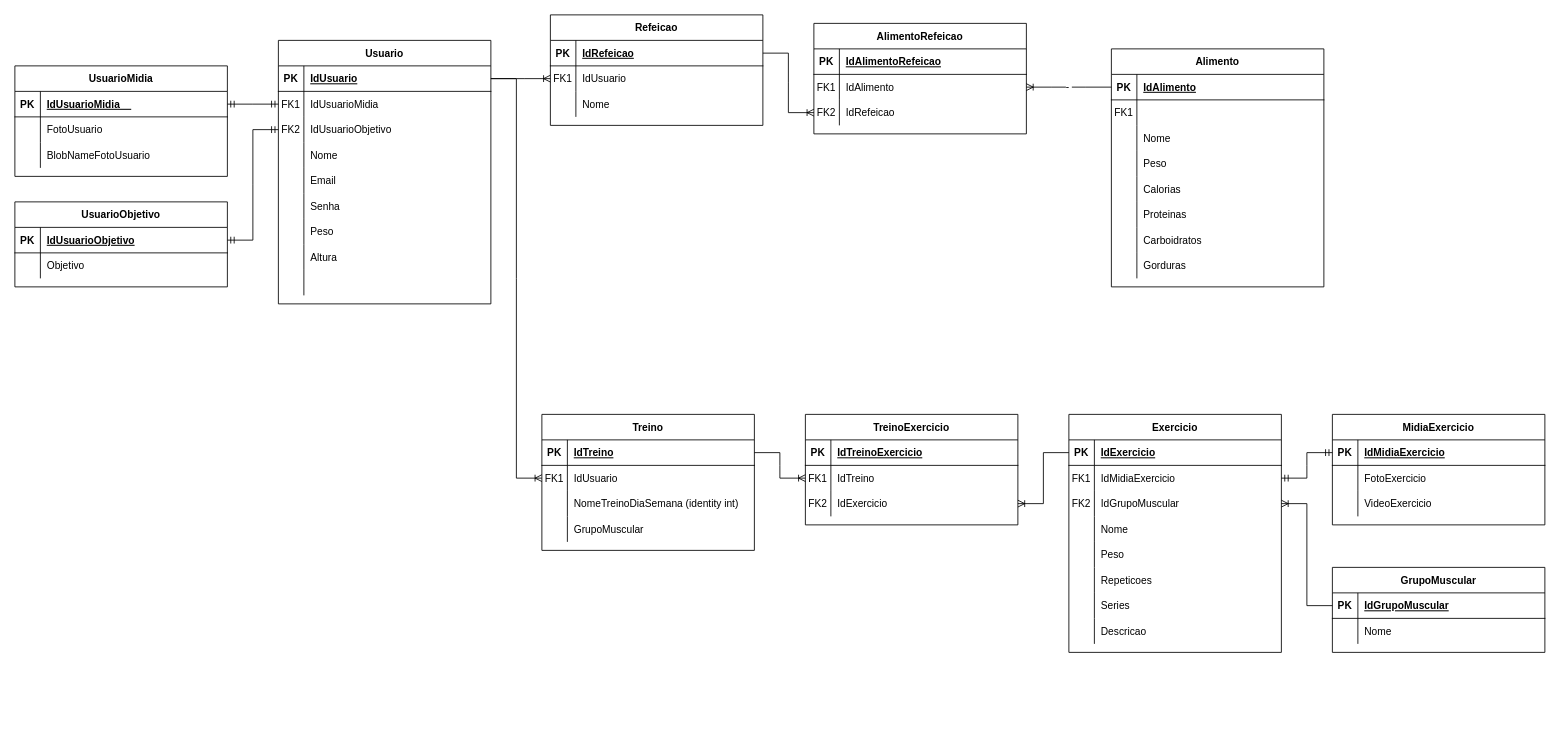
Earlier version of the draw.io diagram FitTrack.drawio (guuenzo/FitTrack). Source tidied: cells renumbered, new cells numbered last; positions are measured from the earlier drawing's top-left corner, leaving out a move shared by most shapes. Both pictures are drawn from the tidied source at 85%, with x=0, y=0 at pixel (14, 14).
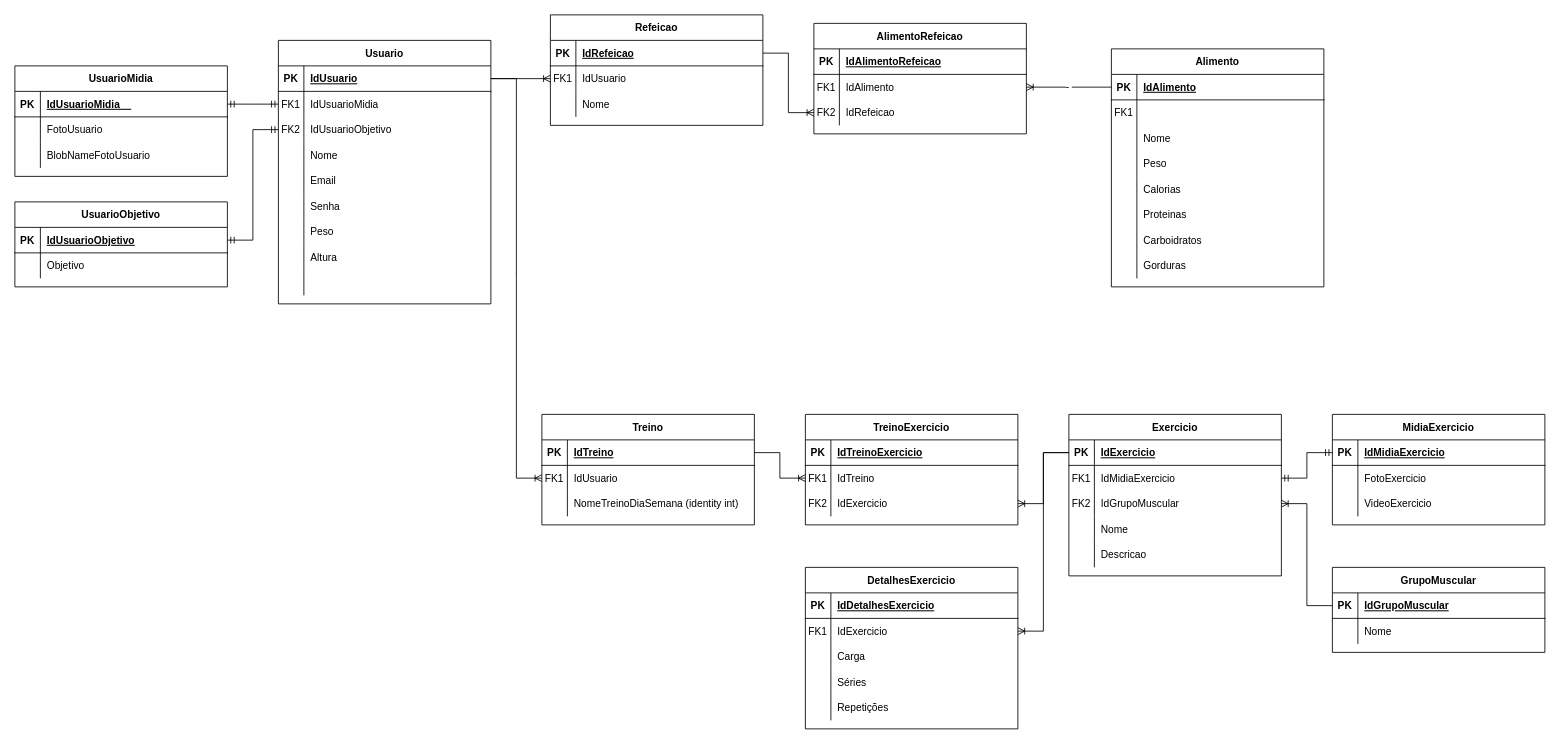
The same diagram, later.

Unchanged cells that the change refers to:
```xml
<mxCell id="61" style="shape=partialRectangle;fillColor=none;points=[[0,0.5],[1,0.5]];portConstraint=eastwest;top=0;left=0;right=0;bottom=1;" parent="60" vertex="1">
  <mxGeometry y="30" width="250" height="30" as="geometry" />
</mxCell>
<mxCell id="73" style="shape=partialRectangle;fillColor=none;top=0;left=0;right=0;bottom=0;" parent="60" vertex="1">
  <mxGeometry y="150" width="250" height="30" as="geometry" />
</mxCell>
```

Diff of the diagram source:
```diff
@@
     <mxCell id="30" value="Treino" style="shape=table;startSize=30;childLayout=tableLayout;rowLines=0;fontStyle=1;align=center;" parent="1" vertex="1">
-      <mxGeometry x="620" y="470" width="250" height="160" as="geometry" />
+      <mxGeometry x="620" y="470" width="250" height="130" as="geometry" />
     </mxCell>
@@
-    <mxCell id="40" style="shape=partialRectangle;fillColor=none;top=0;left=0;right=0;bottom=0;" parent="30" vertex="1">
-      <mxGeometry y="120" width="250" height="30" as="geometry" />
-    </mxCell>
-    <mxCell id="41" style="shape=partialRectangle;overflow=hidden;fillColor=none;top=0;left=0;bottom=0;right=0;" parent="40" vertex="1">
-      <mxGeometry width="30" height="30" as="geometry" />
-    </mxCell>
-    <mxCell id="42" value="GrupoMuscular" style="shape=partialRectangle;overflow=hidden;fillColor=none;top=0;left=0;bottom=0;right=0;align=left;spacingLeft=6;" parent="40" vertex="1">
-      <mxGeometry x="30" width="220" height="30" as="geometry" />
-    </mxCell>
@@
     <mxCell id="60" value="Exercicio" style="shape=table;startSize=30;childLayout=tableLayout;rowLines=0;fontStyle=1;align=center;" parent="1" vertex="1">
-      <mxGeometry x="1240" y="470" width="250" height="280" as="geometry" />
+      <mxGeometry x="1240" y="470" width="250" height="190" as="geometry" />
     </mxCell>
@@
-    <mxCell id="75" value="Peso" style="shape=partialRectangle;overflow=hidden;fillColor=none;top=0;left=0;bottom=0;right=0;align=left;spacingLeft=6;" parent="73" vertex="1">
+    <mxCell id="75" value="Descricao" style="shape=partialRectangle;overflow=hidden;fillColor=none;top=0;left=0;bottom=0;right=0;align=left;spacingLeft=6;" parent="73" vertex="1">
       <mxGeometry x="30" width="220" height="30" as="geometry" />
     </mxCell>
-    <mxCell id="76" style="shape=partialRectangle;fillColor=none;top=0;left=0;right=0;bottom=0;" parent="60" vertex="1">
-      <mxGeometry y="180" width="250" height="30" as="geometry" />
-    </mxCell>
-    <mxCell id="77" style="shape=partialRectangle;overflow=hidden;fillColor=none;top=0;left=0;bottom=0;right=0;" parent="76" vertex="1">
-      <mxGeometry width="30" height="30" as="geometry" />
-    </mxCell>
-    <mxCell id="78" value="Repeticoes" style="shape=partialRectangle;overflow=hidden;fillColor=none;top=0;left=0;bottom=0;right=0;align=left;spacingLeft=6;" parent="76" vertex="1">
-      <mxGeometry x="30" width="220" height="30" as="geometry" />
-    </mxCell>
-    <mxCell id="79" style="shape=partialRectangle;fillColor=none;top=0;left=0;right=0;bottom=0;" parent="60" vertex="1">
-      <mxGeometry y="210" width="250" height="30" as="geometry" />
-    </mxCell>
-    <mxCell id="80" style="shape=partialRectangle;overflow=hidden;fillColor=none;top=0;left=0;bottom=0;right=0;" parent="79" vertex="1">
-      <mxGeometry width="30" height="30" as="geometry" />
-    </mxCell>
-    <mxCell id="81" value="Series" style="shape=partialRectangle;overflow=hidden;fillColor=none;top=0;left=0;bottom=0;right=0;align=left;spacingLeft=6;" parent="79" vertex="1">
-      <mxGeometry x="30" width="220" height="30" as="geometry" />
-    </mxCell>
-    <mxCell id="82" style="shape=partialRectangle;fillColor=none;top=0;left=0;right=0;bottom=0;" parent="60" vertex="1">
-      <mxGeometry y="240" width="250" height="30" as="geometry" />
-    </mxCell>
-    <mxCell id="83" style="shape=partialRectangle;overflow=hidden;fillColor=none;top=0;left=0;bottom=0;right=0;" parent="82" vertex="1">
-      <mxGeometry width="30" height="30" as="geometry" />
-    </mxCell>
-    <mxCell id="84" value="Descricao" style="shape=partialRectangle;overflow=hidden;fillColor=none;top=0;left=0;bottom=0;right=0;align=left;spacingLeft=6;" parent="82" vertex="1">
-      <mxGeometry x="30" width="220" height="30" as="geometry" />
-    </mxCell>
@@
+    <mxCell id="167" value="DetalhesExercicio" style="shape=table;startSize=30;childLayout=tableLayout;rowLines=0;fontStyle=1;align=center;" parent="1" vertex="1">
+      <mxGeometry x="930" y="650" width="250" height="190" as="geometry" />
+    </mxCell>
+    <mxCell id="168" style="shape=partialRectangle;fillColor=none;top=0;left=0;right=0;bottom=1;" parent="167" vertex="1">
+      <mxGeometry y="30" width="250" height="30" as="geometry" />
+    </mxCell>
+    <mxCell id="169" value="PK" style="shape=partialRectangle;overflow=hidden;fillColor=none;top=0;left=0;bottom=0;right=0;fontStyle=1;" parent="168" vertex="1">
+      <mxGeometry width="30" height="30" as="geometry" />
+    </mxCell>
+    <mxCell id="170" value="IdDetalhesExercicio" style="shape=partialRectangle;overflow=hidden;fillColor=none;top=0;left=0;bottom=0;right=0;align=left;spacingLeft=6;fontStyle=5;" parent="168" vertex="1">
+      <mxGeometry x="30" width="220" height="30" as="geometry" />
+    </mxCell>
+    <mxCell id="171" style="shape=partialRectangle;fillColor=none;points=[[0,0.5],[1,0.5]];portConstraint=eastwest;top=0;left=0;right=0;bottom=0;" parent="167" vertex="1">
+      <mxGeometry y="60" width="250" height="30" as="geometry" />
+    </mxCell>
+    <mxCell id="172" value="FK1" style="shape=partialRectangle;overflow=hidden;fillColor=none;top=0;left=0;bottom=0;right=0;" parent="171" vertex="1">
+      <mxGeometry width="30" height="30" as="geometry" />
+    </mxCell>
+    <mxCell id="173" value="IdExercicio" style="shape=partialRectangle;overflow=hidden;fillColor=none;top=0;left=0;bottom=0;right=0;align=left;spacingLeft=6;" parent="171" vertex="1">
+      <mxGeometry x="30" width="220" height="30" as="geometry" />
+    </mxCell>
+    <mxCell id="174" style="shape=partialRectangle;fillColor=none;top=0;left=0;right=0;bottom=0;" parent="167" vertex="1">
+      <mxGeometry y="90" width="250" height="30" as="geometry" />
+    </mxCell>
+    <mxCell id="175" style="shape=partialRectangle;overflow=hidden;fillColor=none;top=0;left=0;bottom=0;right=0;" parent="174" vertex="1">
+      <mxGeometry width="30" height="30" as="geometry" />
+    </mxCell>
+    <mxCell id="176" value="Carga" style="shape=partialRectangle;overflow=hidden;fillColor=none;top=0;left=0;bottom=0;right=0;align=left;spacingLeft=6;" parent="174" vertex="1">
+      <mxGeometry x="30" width="220" height="30" as="geometry" />
+    </mxCell>
+    <mxCell id="40" style="shape=partialRectangle;fillColor=none;top=0;left=0;right=0;bottom=0;" parent="167" vertex="1">
+      <mxGeometry y="120" width="250" height="30" as="geometry" />
+    </mxCell>
+    <mxCell id="177" style="shape=partialRectangle;overflow=hidden;fillColor=none;top=0;left=0;bottom=0;right=0;" parent="40" vertex="1">
+      <mxGeometry width="30" height="30" as="geometry" />
+    </mxCell>
+    <mxCell id="178" value="Séries" style="shape=partialRectangle;overflow=hidden;fillColor=none;top=0;left=0;bottom=0;right=0;align=left;spacingLeft=6;" parent="40" vertex="1">
+      <mxGeometry x="30" width="220" height="30" as="geometry" />
+    </mxCell>
+    <mxCell id="179" style="shape=partialRectangle;fillColor=none;top=0;left=0;right=0;bottom=0;" parent="167" vertex="1">
+      <mxGeometry y="150" width="250" height="30" as="geometry" />
+    </mxCell>
+    <mxCell id="180" style="shape=partialRectangle;overflow=hidden;fillColor=none;top=0;left=0;bottom=0;right=0;" parent="179" vertex="1">
+      <mxGeometry width="30" height="30" as="geometry" />
+    </mxCell>
+    <mxCell id="181" value="Repetições" style="shape=partialRectangle;overflow=hidden;fillColor=none;top=0;left=0;bottom=0;right=0;align=left;spacingLeft=6;" parent="179" vertex="1">
+      <mxGeometry x="30" width="220" height="30" as="geometry" />
+    </mxCell>
+    <mxCell id="182" style="edgeStyle=entityRelationEdgeStyle;fontSize=12;html=1;endArrow=ERoneToMany;rounded=0;exitX=0;exitY=0.5;exitDx=0;exitDy=0;entryX=1;entryY=0.5;entryDx=0;entryDy=0;" parent="1" edge="1" source="61" target="171">
+      <mxGeometry relative="1" as="geometry" />
+    </mxCell>
```
